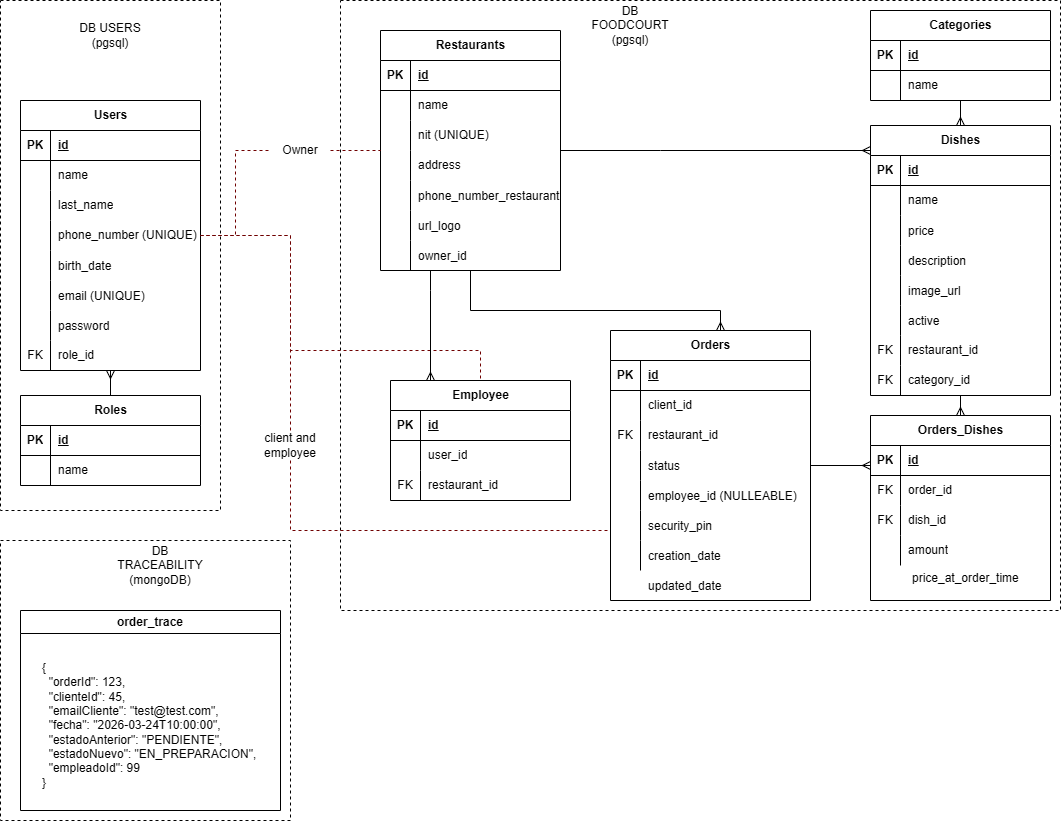
This is docs/foodcourtDBsDiagram.png from Sebas3004tian/food-court-microservice-foodcourt, a draw.io export, as it was before one commit. Source tidied: cells renumbered, new cells last; positions are measured from the earlier drawing's top-left corner, leaving out a move shared by most shapes.
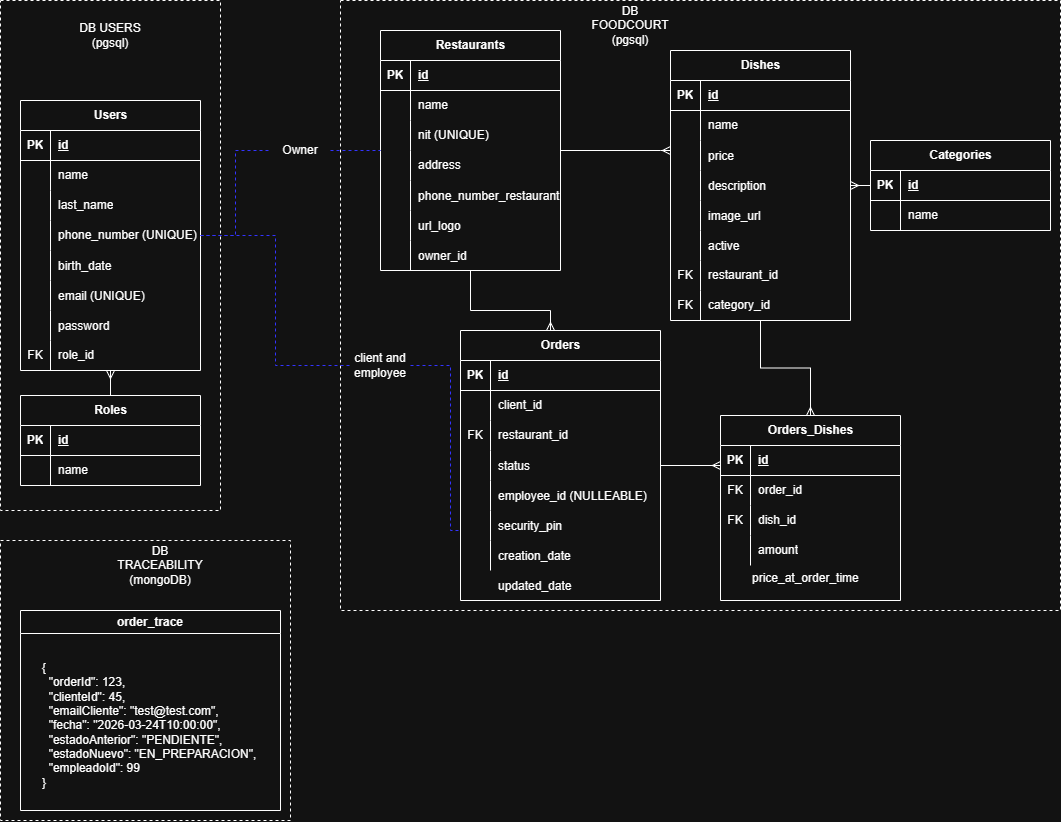
The same diagram one commit later.

The edit, as a diff of the source:
```diff
@@ -177,7 +177,7 @@
       <mxGeometry x="30" width="150" height="30" as="geometry" />
     </mxCell>
     <mxCell id="60" value="Dishes" style="shape=table;startSize=30;rowLines=0;fontStyle=1;align=center;html=1;" parent="1" vertex="1">
-      <mxGeometry x="870" y="125" width="180" height="270" as="geometry" />
+      <mxGeometry x="670" y="50" width="180" height="270" as="geometry" />
     </mxCell>
     <mxCell id="61" style="shape=tableRow;horizontal=0;startSize=0;swimlaneHead=0;swimlaneBody=0;fillColor=none;top=0;left=0;right=0;bottom=1;" parent="60" vertex="1">
       <mxGeometry y="30" width="180" height="30" as="geometry" />
@@ -255,7 +255,7 @@
       <mxGeometry x="585" width="90" height="50" as="geometry" />
     </mxCell>
     <mxCell id="86" value="Categories" style="shape=table;startSize=30;rowLines=0;fontStyle=1;align=center;html=1;" parent="1" vertex="1">
-      <mxGeometry x="870" y="10" width="180" height="90" as="geometry" />
+      <mxGeometry x="870" y="140" width="180" height="90" as="geometry" />
     </mxCell>
     <mxCell id="87" style="shape=tableRow;horizontal=0;startSize=0;swimlaneHead=0;swimlaneBody=0;fillColor=none;top=0;left=0;right=0;bottom=1;" parent="86" vertex="1">
       <mxGeometry y="30" width="180" height="30" as="geometry" />
@@ -276,7 +276,7 @@
       <mxGeometry x="30" width="150" height="30" as="geometry" />
     </mxCell>
     <mxCell id="93" value="Orders" style="shape=table;startSize=30;rowLines=0;fontStyle=1;align=center;html=1;" parent="1" vertex="1">
-      <mxGeometry x="610" y="330" width="200" height="270" as="geometry" />
+      <mxGeometry x="460" y="330" width="200" height="270" as="geometry" />
     </mxCell>
     <mxCell id="94" style="shape=tableRow;horizontal=0;startSize=0;swimlaneHead=0;swimlaneBody=0;fillColor=none;top=0;left=0;right=0;bottom=1;" parent="93" vertex="1">
       <mxGeometry y="30" width="200" height="30" as="geometry" />
@@ -342,7 +342,7 @@
       <mxGeometry x="30" width="170" height="30" as="geometry" />
     </mxCell>
     <mxCell id="115" value="Orders_Dishes" style="shape=table;startSize=30;rowLines=0;fontStyle=1;align=center;html=1;" parent="1" vertex="1">
-      <mxGeometry x="870" y="415" width="180" height="185" as="geometry" />
+      <mxGeometry x="720" y="415" width="180" height="185" as="geometry" />
     </mxCell>
     <mxCell id="116" style="shape=tableRow;horizontal=0;startSize=0;swimlaneHead=0;swimlaneBody=0;fillColor=none;top=0;left=0;right=0;bottom=1;" parent="115" vertex="1">
       <mxGeometry y="30" width="180" height="30" as="geometry" />
@@ -384,7 +384,7 @@
       <mxGeometry relative="1" as="geometry">
         <Array as="points">
           <mxPoint x="470" y="310" />
-          <mxPoint x="720" y="310" />
+          <mxPoint x="550" y="310" />
         </Array>
       </mxGeometry>
     </mxCell>
@@ -416,7 +416,8 @@
     <mxCell id="134" style="endArrow=none;dashed=1;html=1;rounded=0;edgeStyle=orthogonalEdgeStyle;fillColor=#a20025;strokeColor=light-dark(#6F0000,#3333FF);" parent="1" edge="1" source="136" target="93">
       <mxGeometry relative="1" as="geometry">
         <Array as="points">
-          <mxPoint x="290" y="530" />
+          <mxPoint x="450" y="365" />
+          <mxPoint x="450" y="530" />
         </Array>
       </mxGeometry>
     </mxCell>
@@ -424,7 +425,7 @@
       <mxGeometry relative="1" as="geometry" />
     </mxCell>
     <mxCell id="136" value="client and employee" style="text;html=1;whiteSpace=wrap;strokeColor=none;fillColor=none;align=center;verticalAlign=middle;rounded=0;" parent="1" vertex="1">
-      <mxGeometry x="260" y="430" width="60" height="30" as="geometry" />
+      <mxGeometry x="350" y="350" width="60" height="30" as="geometry" />
     </mxCell>
     <mxCell id="137" style="endArrow=none;dashed=1;html=1;rounded=0;edgeStyle=orthogonalEdgeStyle;fillColor=#a20025;strokeColor=light-dark(#6F0000,#3333FF);" parent="1" edge="1" source="4" target="138">
       <mxGeometry relative="1" as="geometry" />
@@ -445,7 +446,7 @@
       <mxGeometry x="40" y="655" width="240" height="140" as="geometry" />
     </mxCell>
     <mxCell id="143" value="&lt;br&gt;&lt;span&gt;price_at_order_time&lt;/span&gt;" style="text;whiteSpace=wrap;html=1;" parent="1" vertex="1">
-      <mxGeometry x="910" y="550" width="140" height="50" as="geometry" />
+      <mxGeometry x="750" y="550" width="140" height="50" as="geometry" />
     </mxCell>
     <mxCell id="144" style="shape=tableRow;horizontal=0;startSize=0;swimlaneHead=0;swimlaneBody=0;fillColor=none;top=0;left=0;right=0;bottom=0;" parent="1" vertex="1">
       <mxGeometry x="380" y="570" width="200" height="30" as="geometry" />
@@ -454,54 +455,7 @@
       <mxGeometry width="30" height="30" as="geometry" />
     </mxCell>
     <mxCell id="146" value="updated_date" style="shape=partialRectangle;fillColor=none;top=0;left=0;bottom=0;right=0;align=left;spacingLeft=6;overflow=hidden;" parent="1" vertex="1">
-      <mxGeometry x="640" y="570" width="170" height="30" as="geometry" />
+      <mxGeometry x="490" y="570" width="170" height="30" as="geometry" />
     </mxCell>
-    <mxCell id="147" value="&lt;span class=&quot;ͼt&quot;&gt;Employee&lt;/span&gt;" style="shape=table;startSize=30;rowLines=0;fontStyle=1;align=center;html=1;" parent="1" vertex="1">
-      <mxGeometry x="390" y="380" width="180" height="120" as="geometry" />
-    </mxCell>
-    <mxCell id="148" style="shape=tableRow;horizontal=0;startSize=0;swimlaneHead=0;swimlaneBody=0;fillColor=none;top=0;left=0;right=0;bottom=1;" parent="147" vertex="1">
-      <mxGeometry y="30" width="180" height="30" as="geometry" />
-    </mxCell>
-    <mxCell id="149" value="PK" style="shape=partialRectangle;fillColor=none;top=0;left=0;bottom=0;right=0;fontStyle=1;overflow=hidden;whiteSpace=wrap;html=1;" parent="148" vertex="1">
-      <mxGeometry width="30" height="30" as="geometry" />
-    </mxCell>
-    <mxCell id="150" value="id" style="shape=partialRectangle;fillColor=none;top=0;left=0;bottom=0;right=0;align=left;spacingLeft=6;fontStyle=5;overflow=hidden;whiteSpace=wrap;html=1;" parent="148" vertex="1">
-      <mxGeometry x="30" width="150" height="30" as="geometry" />
-    </mxCell>
-    <mxCell id="151" style="shape=tableRow;horizontal=0;startSize=0;swimlaneHead=0;swimlaneBody=0;fillColor=none;top=0;left=0;right=0;bottom=0;" parent="147" vertex="1">
-      <mxGeometry y="60" width="180" height="30" as="geometry" />
-    </mxCell>
-    <mxCell id="152" style="shape=partialRectangle;fillColor=none;top=0;left=0;bottom=0;right=0;overflow=hidden;whiteSpace=wrap;html=1;" parent="151" vertex="1">
-      <mxGeometry width="30" height="30" as="geometry" />
-    </mxCell>
-    <mxCell id="153" value="user_id" style="shape=partialRectangle;fillColor=none;top=0;left=0;bottom=0;right=0;align=left;spacingLeft=6;overflow=hidden;whiteSpace=wrap;html=1;" parent="151" vertex="1">
-      <mxGeometry x="30" width="150" height="30" as="geometry" />
-    </mxCell>
-    <mxCell id="154" style="shape=tableRow;horizontal=0;startSize=0;swimlaneHead=0;swimlaneBody=0;fillColor=none;top=0;left=0;right=0;bottom=0;" parent="147" vertex="1">
-      <mxGeometry y="90" width="180" height="30" as="geometry" />
-    </mxCell>
-    <mxCell id="155" value="FK" style="shape=partialRectangle;fillColor=none;top=0;left=0;bottom=0;right=0;overflow=hidden;whiteSpace=wrap;html=1;" parent="154" vertex="1">
-      <mxGeometry width="30" height="30" as="geometry" />
-    </mxCell>
-    <mxCell id="156" value="restaurant_id" style="shape=partialRectangle;fillColor=none;top=0;left=0;bottom=0;right=0;align=left;spacingLeft=6;overflow=hidden;whiteSpace=wrap;html=1;" parent="154" vertex="1">
-      <mxGeometry x="30" width="150" height="30" as="geometry" />
-    </mxCell>
-    <mxCell id="157" style="endArrow=none;dashed=1;html=1;rounded=0;edgeStyle=orthogonalEdgeStyle;fillColor=#a20025;strokeColor=light-dark(#6F0000,#3333FF);" parent="1" edge="1" source="4" target="147">
-      <mxGeometry relative="1" as="geometry">
-        <Array as="points">
-          <mxPoint x="290" y="235" />
-          <mxPoint x="290" y="350" />
-          <mxPoint x="480" y="350" />
-        </Array>
-      </mxGeometry>
-    </mxCell>
-    <mxCell id="158" style="edgeStyle=orthogonalEdgeStyle;fontSize=12;html=1;endArrow=ERmany;rounded=0;" parent="1" edge="1" source="38" target="147">
-      <mxGeometry relative="1" as="geometry">
-        <Array as="points">
-          <mxPoint x="430" y="290" />
-          <mxPoint x="430" y="290" />
-        </Array>
-      </mxGeometry>
-    </mxCell>
   </root>
 </mxGraphModel>
```
